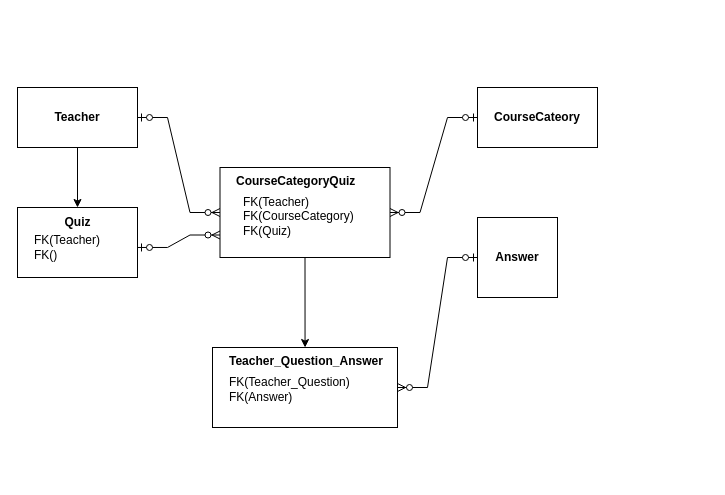
This is Question-Answer-db-schema.drawio from mikekim-fullstack/lalasol_db_schema, a draw.io file, before an edit. Source tidied: cells renumbered, new cells numbered last; positions are measured from the earlier drawing's top-left corner, leaving out a move shared by most shapes. Both pictures are drawn from the tidied source at 100%, with x=0, y=0 at pixel (17, 87).
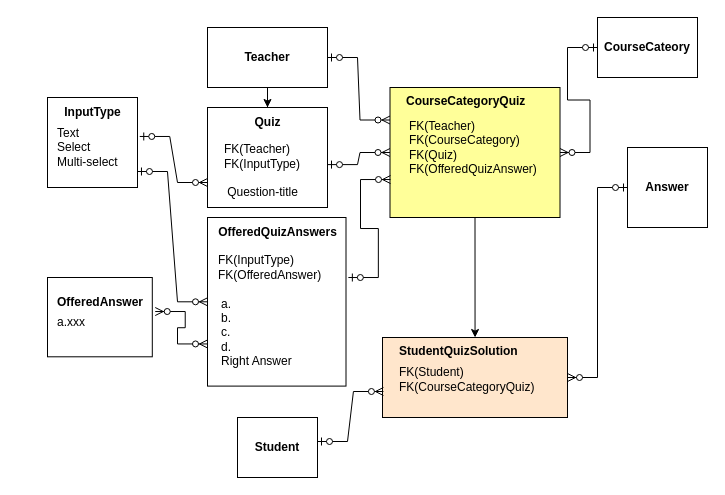
After the change.

What changed in the source:
```diff
@@
-    <mxCell id="3" style="edgeStyle=entityRelationEdgeStyle;fontSize=12;html=1;endArrow=ERzeroToMany;startArrow=ERzeroToOne;rounded=0;entryX=0;entryY=0.5;entryDx=0;entryDy=0;" parent="1" edge="1" source="16" target="5">
+    <mxCell id="3" style="edgeStyle=entityRelationEdgeStyle;fontSize=12;html=1;endArrow=ERzeroToMany;startArrow=ERzeroToOne;rounded=0;entryX=0;entryY=0.25;entryDx=0;entryDy=0;" parent="1" edge="1" source="16" target="5">
       <mxGeometry relative="1" as="geometry" />
     </mxCell>
     <mxCell id="4" style="group;" parent="1" vertex="1">
-      <mxGeometry x="202.5" y="80" width="170" height="90" as="geometry" />
+      <mxGeometry x="372.5" width="171.2" height="130" as="geometry" />
     </mxCell>
-    <mxCell id="5" style="rounded=0;whiteSpace=wrap;html=1;" parent="4" vertex="1">
-      <mxGeometry width="170" height="90" as="geometry" />
+    <mxCell id="5" style="rounded=0;whiteSpace=wrap;html=1;fillColor=#FFFF99;" parent="4" vertex="1">
+      <mxGeometry width="170" height="130" as="geometry" />
     </mxCell>
-    <mxCell id="6" value="&lt;div&gt;FK(Teacher)&lt;/div&gt;&lt;div&gt;FK(CourseCategory)&lt;br&gt;&lt;/div&gt;&lt;div&gt;FK(Quiz)&lt;br&gt;&lt;/div&gt;" style="text;html=1;align=left;verticalAlign=middle;strokeColor=none;fillColor=none;" parent="4" vertex="1">
-      <mxGeometry x="21.2" y="18.6" width="130" height="60" as="geometry" />
+    <mxCell id="6" value="&lt;div&gt;FK(Teacher)&lt;/div&gt;&lt;div&gt;FK(CourseCategory)&lt;br&gt;&lt;/div&gt;&lt;div&gt;FK(Quiz)&lt;/div&gt;&lt;div&gt;FK(OfferedQuizAnswer)&lt;/div&gt;" style="text;html=1;align=left;verticalAlign=middle;strokeColor=none;fillColor=none;" parent="4" vertex="1">
+      <mxGeometry x="17.1" y="24.5" width="150" height="70" as="geometry" />
     </mxCell>
@@
     <mxCell id="8" value="Answer" style="whiteSpace=wrap;html=1;fontStyle=1;" parent="1" vertex="1">
-      <mxGeometry x="460" y="130" width="80" height="80" as="geometry" />
+      <mxGeometry x="610" y="60" width="80" height="80" as="geometry" />
     </mxCell>
-    <mxCell id="9" style="group;" parent="1" vertex="1">
-      <mxGeometry x="195" y="260" width="185" height="80" as="geometry" />
+    <mxCell id="9" style="group;fillColor=#FFE6CC;" parent="1" vertex="1">
+      <mxGeometry x="365" y="250" width="185" height="80" as="geometry" />
     </mxCell>
-    <mxCell id="10" style="rounded=0;whiteSpace=wrap;html=1;" parent="9" vertex="1">
+    <mxCell id="10" style="rounded=0;whiteSpace=wrap;html=1;fillColor=#FFE6CC;" parent="9" vertex="1">
       <mxGeometry width="185" height="80" as="geometry" />
     </mxCell>
-    <mxCell id="11" value="&lt;div&gt;FK(Teacher_Question)&lt;/div&gt;&lt;div&gt;FK(Answer)&lt;br&gt;&lt;/div&gt;" style="text;html=1;align=left;verticalAlign=middle;strokeColor=none;fillColor=none;" parent="9" vertex="1">
-      <mxGeometry x="15.4" y="22.2" width="140" height="40" as="geometry" />
+    <mxCell id="11" value="&lt;div&gt;FK(Student)&lt;/div&gt;&lt;div&gt;FK(CourseCategoryQuiz)&lt;br&gt;&lt;/div&gt;" style="text;html=1;align=left;verticalAlign=middle;strokeColor=none;fillColor=none;" parent="9" vertex="1">
+      <mxGeometry x="15.4" y="22.2" width="160" height="40" as="geometry" />
     </mxCell>
-    <mxCell id="12" value="Teacher_Question_Answer" style="text;whiteSpace=wrap;html=1;fontStyle=1;" parent="9" vertex="1">
+    <mxCell id="12" value="StudentQuizSolution" style="text;whiteSpace=wrap;html=1;fontStyle=1;" parent="9" vertex="1">
       <mxGeometry x="15.4" width="169.6" height="21.8" as="geometry" />
     </mxCell>
@@
     <mxCell id="16" value="Teacher" style="rounded=0;whiteSpace=wrap;html=1;fontStyle=1;" parent="1" vertex="1">
-      <mxGeometry width="120" height="60" as="geometry" />
+      <mxGeometry x="190" y="-60" width="120" height="60" as="geometry" />
     </mxCell>
     <mxCell id="17" value="CourseCateory" style="rounded=0;whiteSpace=wrap;html=1;fontStyle=1;" parent="1" vertex="1">
-      <mxGeometry x="460" width="120" height="60" as="geometry" />
+      <mxGeometry x="580" y="-70" width="100" height="60" as="geometry" />
     </mxCell>
+    <mxCell id="21" style="edgeStyle=entityRelationEdgeStyle;fontSize=12;html=1;endArrow=ERzeroToMany;startArrow=ERzeroToOne;rounded=0;entryX=0;entryY=0.5;entryDx=0;entryDy=0;exitX=1;exitY=0.571;exitDx=0;exitDy=0;exitPerimeter=0;" parent="1" edge="1" source="18" target="5">
+      <mxGeometry relative="1" as="geometry" />
+    </mxCell>
+    <mxCell id="22" style="group;" parent="1" vertex="1">
+      <mxGeometry x="30" y="10" width="90" height="90" as="geometry" />
+    </mxCell>
+    <mxCell id="23" style="rounded=0;whiteSpace=wrap;html=1;" parent="22" vertex="1">
+      <mxGeometry width="90" height="90" as="geometry" />
+    </mxCell>
+    <mxCell id="24" value="InputType" style="text;html=1;align=center;verticalAlign=middle;strokeColor=none;fillColor=none;fontStyle=1;" parent="22" vertex="1">
+      <mxGeometry x="5" width="80" height="30" as="geometry" />
+    </mxCell>
+    <mxCell id="25" value="&lt;div&gt;Text&lt;/div&gt;&lt;div&gt;Select&lt;/div&gt;&lt;div&gt;Multi-select&lt;br&gt;&lt;/div&gt;" style="text;html=1;align=left;verticalAlign=middle;points=[];strokeColor=none;fillColor=none;" parent="22" vertex="1">
+      <mxGeometry x="7.5" y="20" width="80" height="60" as="geometry" />
+    </mxCell>
+    <mxCell id="26" style="group;" parent="1" vertex="1">
+      <mxGeometry x="190" y="20" width="120" height="100" as="geometry" />
+    </mxCell>
-    <mxCell id="18" style="rounded=0;whiteSpace=wrap;html=1;" parent="1" vertex="1">
-      <mxGeometry y="120" width="120" height="70" as="geometry" />
+    <mxCell id="18" style="rounded=0;whiteSpace=wrap;html=1;" parent="26" vertex="1">
+      <mxGeometry width="120" height="100" as="geometry" />
     </mxCell>
-    <mxCell id="19" value="Quiz" style="text;html=1;align=center;verticalAlign=middle;strokeColor=none;fillColor=none;fontStyle=1;" parent="1" vertex="1">
-      <mxGeometry x="35" y="120" width="50" height="30" as="geometry" />
+    <mxCell id="19" value="Quiz" style="text;html=1;align=center;verticalAlign=middle;strokeColor=none;fillColor=none;fontStyle=1;" parent="26" vertex="1">
+      <mxGeometry x="35" width="50" height="30" as="geometry" />
     </mxCell>
-    <mxCell id="20" value="&lt;div&gt;FK(Teacher)&lt;/div&gt;&lt;div&gt;FK()&lt;br&gt;&lt;/div&gt;" style="text;html=1;align=left;verticalAlign=middle;strokeColor=none;fillColor=none;" parent="1" vertex="1">
-      <mxGeometry x="15" y="140" width="90" height="40" as="geometry" />
+    <mxCell id="20" value="&lt;div&gt;FK(Teacher)&lt;/div&gt;&lt;div&gt;FK(InputType)&lt;br&gt;&lt;/div&gt;" style="text;html=1;align=left;verticalAlign=middle;strokeColor=none;fillColor=none;" parent="26" vertex="1">
+      <mxGeometry x="15" y="28.6" width="100" height="40" as="geometry" />
     </mxCell>
-    <mxCell id="21" style="edgeStyle=entityRelationEdgeStyle;fontSize=12;html=1;endArrow=ERzeroToMany;startArrow=ERzeroToOne;rounded=0;entryX=0;entryY=0.75;entryDx=0;entryDy=0;exitX=1;exitY=0.571;exitDx=0;exitDy=0;exitPerimeter=0;" parent="1" edge="1" source="18" target="5">
-      <mxGeometry relative="1" as="geometry" />
-    </mxCell>
+    <mxCell id="27" value="Question-title" style="text;html=1;align=center;verticalAlign=middle;strokeColor=none;fillColor=none;" parent="26" vertex="1">
+      <mxGeometry x="10" y="70" width="90" height="30" as="geometry" />
+    </mxCell>
+    <mxCell id="28" style="edgeStyle=entityRelationEdgeStyle;fontSize=12;html=1;endArrow=ERzeroToMany;startArrow=ERzeroToOne;rounded=0;entryX=0;entryY=0.75;entryDx=0;entryDy=0;exitX=1.025;exitY=0.433;exitDx=0;exitDy=0;exitPerimeter=0;" parent="1" edge="1" source="23" target="18">
+      <mxGeometry relative="1" as="geometry" />
+    </mxCell>
+    <mxCell id="29" style="group;" parent="1" vertex="1">
+      <mxGeometry x="190" y="130" width="150" height="170" as="geometry" />
+    </mxCell>
+    <mxCell id="30" style="rounded=0;whiteSpace=wrap;html=1;" parent="29" vertex="1">
+      <mxGeometry width="138.5" height="168.6" as="geometry" />
+    </mxCell>
+    <mxCell id="31" value="OfferedQuizAnswers" style="text;html=1;align=center;verticalAlign=middle;strokeColor=none;fillColor=none;fontStyle=1;" parent="29" vertex="1">
+      <mxGeometry width="140" height="30" as="geometry" />
+    </mxCell>
+    <mxCell id="32" value="&lt;div&gt;a.&lt;/div&gt;&lt;div&gt;b.&lt;/div&gt;&lt;div&gt;c.&lt;/div&gt;&lt;div&gt;d.&lt;br&gt;&lt;/div&gt;&lt;div&gt;Right Answer&lt;br&gt;&lt;/div&gt;" style="text;html=1;align=left;verticalAlign=middle;strokeColor=none;fillColor=none;" parent="29" vertex="1">
+      <mxGeometry x="11.5" y="70" width="90" height="90" as="geometry" />
+    </mxCell>
+    <mxCell id="33" value="&lt;div&gt;FK(InputType)&lt;br&gt;&lt;/div&gt;&lt;div&gt;FK(OfferedAnswer)&lt;br&gt;&lt;/div&gt;" style="text;html=1;align=left;verticalAlign=middle;strokeColor=none;fillColor=none;" parent="29" vertex="1">
+      <mxGeometry x="8.5" y="30" width="130" height="40" as="geometry" />
+    </mxCell>
+    <mxCell id="34" style="edgeStyle=entityRelationEdgeStyle;fontSize=12;html=1;endArrow=ERzeroToMany;startArrow=ERzeroToOne;rounded=0;entryX=0.003;entryY=0.708;entryDx=0;entryDy=0;exitX=1.017;exitY=0.356;exitDx=0;exitDy=0;exitPerimeter=0;entryPerimeter=0;" parent="1" edge="1" source="30" target="5">
+      <mxGeometry relative="1" as="geometry" />
+    </mxCell>
+    <mxCell id="35" style="edgeStyle=entityRelationEdgeStyle;fontSize=12;html=1;endArrow=ERzeroToMany;startArrow=ERzeroToOne;rounded=0;entryX=0;entryY=0.5;entryDx=0;entryDy=0;exitX=1.031;exitY=0.9;exitDx=0;exitDy=0;exitPerimeter=0;" parent="1" edge="1" source="25" target="30">
+      <mxGeometry relative="1" as="geometry" />
+    </mxCell>
+    <mxCell id="36" style="group;" parent="1" vertex="1">
+      <mxGeometry x="10" y="180" width="110" height="80" as="geometry" />
+    </mxCell>
+    <mxCell id="37" style="group;" parent="36" vertex="1">
+      <mxGeometry x="20" y="10" width="110" height="79.3" as="geometry" />
+    </mxCell>
+    <mxCell id="38" style="rounded=0;whiteSpace=wrap;html=1;" parent="37" vertex="1">
+      <mxGeometry width="104.8" height="79.3" as="geometry" />
+    </mxCell>
+    <mxCell id="39" value="&lt;div align=&quot;left&quot;&gt;OfferedAnswer&lt;/div&gt;" style="text;html=1;align=left;verticalAlign=middle;strokeColor=none;fillColor=none;fontStyle=1;" parent="37" vertex="1">
+      <mxGeometry x="7.9" y="10" width="110" height="30" as="geometry" />
+    </mxCell>
+    <mxCell id="40" value="a.xxx" style="text;html=1;align=left;verticalAlign=middle;strokeColor=none;fillColor=none;" parent="37" vertex="1">
+      <mxGeometry x="7.9" y="29.7" width="50" height="30" as="geometry" />
+    </mxCell>
+    <mxCell id="41" style="edgeStyle=entityRelationEdgeStyle;fontSize=12;html=1;endArrow=ERzeroToMany;endFill=1;startArrow=ERzeroToMany;rounded=0;entryX=0;entryY=0.75;entryDx=0;entryDy=0;exitX=1.028;exitY=0.429;exitDx=0;exitDy=0;exitPerimeter=0;" parent="1" edge="1" source="38" target="30">
+      <mxGeometry relative="1" as="geometry" />
+    </mxCell>
+    <mxCell id="42" value="Student" style="rounded=0;whiteSpace=wrap;html=1;fontStyle=1;" parent="1" vertex="1">
+      <mxGeometry x="220" y="330" width="80" height="60" as="geometry" />
+    </mxCell>
+    <mxCell id="43" style="edgeStyle=entityRelationEdgeStyle;fontSize=12;html=1;endArrow=ERzeroToMany;startArrow=ERzeroToOne;rounded=0;exitX=1;exitY=0.4;exitDx=0;exitDy=0;entryX=0.005;entryY=0.675;entryDx=0;entryDy=0;exitPerimeter=0;entryPerimeter=0;" parent="1" edge="1" source="42" target="10">
+      <mxGeometry relative="1" as="geometry" />
+    </mxCell>
```
